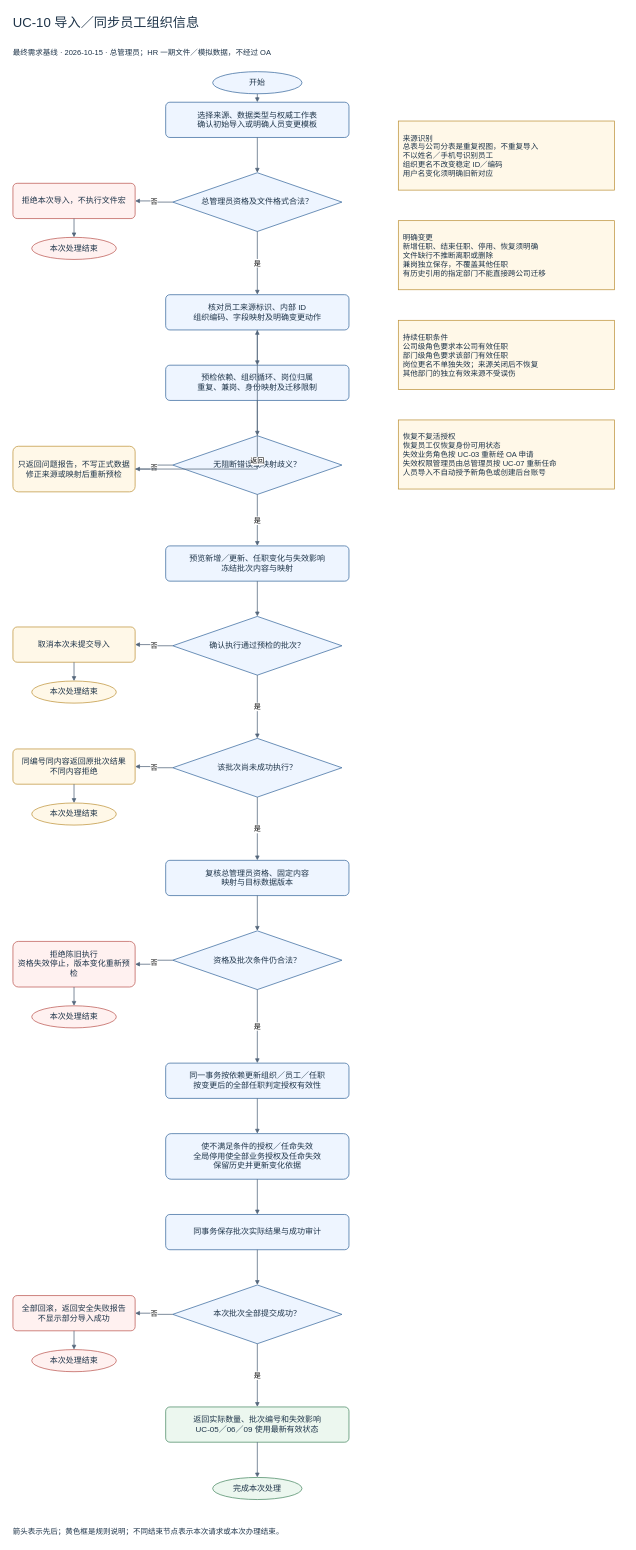
This is page "UC-10 导入／同步员工组织信息" (1 of 2) of docs/01-requirements/flows-v1/UC-10_导入／同步员工组织信息_流程图.drawio from Noah-hope/RBAC-admin, a draw.io file, before an edit. Source tidied: cells renumbered, new cells numbered last; positions are measured from the earlier drawing's top-left corner, leaving out a move shared by most shapes. Both pictures are drawn from the tidied source at 47%, with x=0, y=0 at pixel (8, 8).
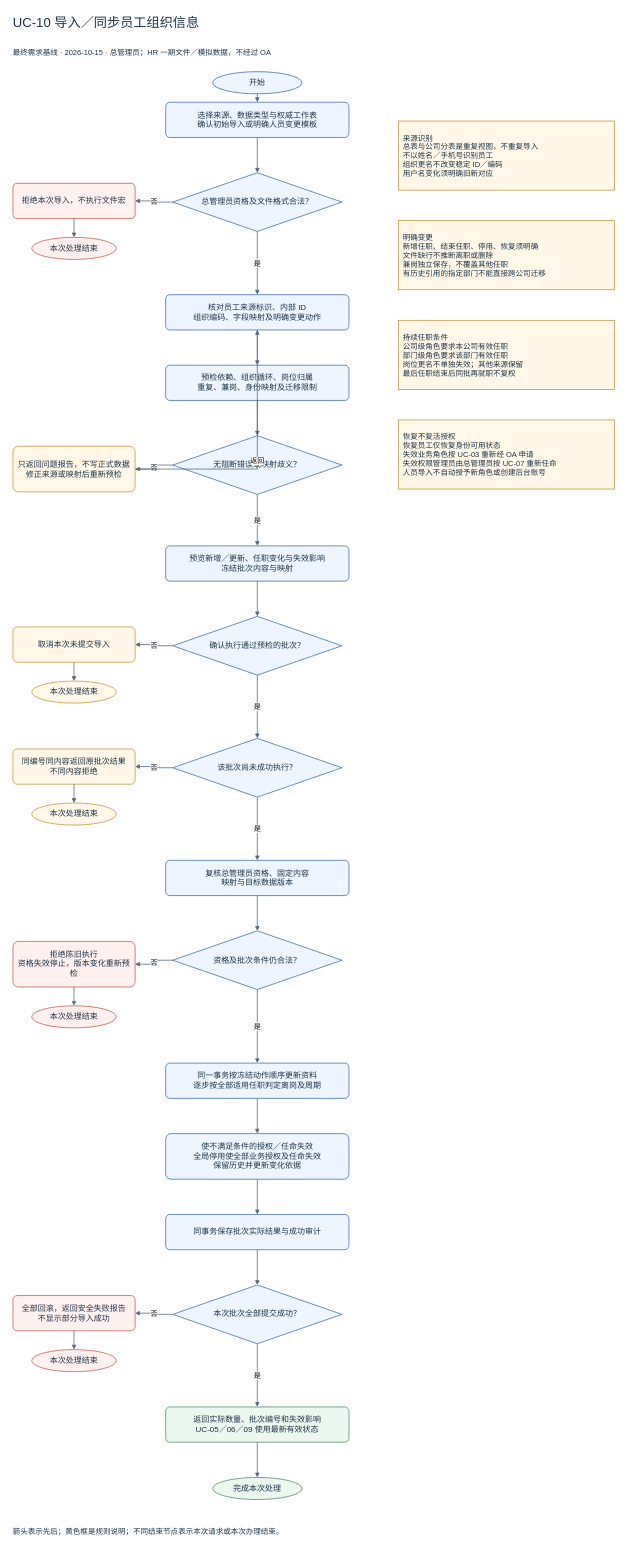
After the change.

What changed in the source:
```diff
@@
-    <mxCell id="24" value="同一事务按依赖更新组织／员工／任职&lt;br&gt;按变更后的全部任职判定授权有效性" style="rounded=1;arcSize=12;html=1;whiteSpace=wrap;fontFamily=Microsoft YaHei;fontSize=17;fontColor=#1e3449;align=center;verticalAlign=middle;spacing=10;fillColor=#eef5ff;strokeColor=#32649a;strokeWidth=1.5;" parent="1" vertex="1">
+    <mxCell id="24" value="同一事务按冻结动作顺序更新资料&lt;br&gt;逐步按全部适用任职判定离岗及周期" style="rounded=1;arcSize=12;html=1;whiteSpace=wrap;fontFamily=Microsoft YaHei;fontSize=17;fontColor=#1e3449;align=center;verticalAlign=middle;spacing=10;fillColor=#eef5ff;strokeColor=#32649a;strokeWidth=1.5;" parent="1" vertex="1">
       <mxGeometry x="335" y="2244.5" width="390" height="75" as="geometry" />
     </mxCell>
@@
-    <mxCell id="34" value="持续任职条件&lt;br&gt;公司级角色要求本公司有效任职&lt;br&gt;部门级角色要求该部门有效任职&lt;br&gt;岗位更名不单独失效；来源关闭后不恢复&lt;br&gt;其他部门的独立有效来源不受误伤" style="rounded=0;html=1;whiteSpace=wrap;fontFamily=Microsoft YaHei;fontSize=17;fontColor=#1e3449;align=center;verticalAlign=middle;spacing=10;fillColor=#fff8e8;strokeColor=#bc9036;strokeWidth=1.5;align=left;fontSize=16;" parent="1" vertex="1">
+    <mxCell id="34" value="持续任职条件&lt;br&gt;公司级角色要求本公司有效任职&lt;br&gt;部门级角色要求该部门有效任职&lt;br&gt;岗位更名不单独失效；其他来源保留&lt;br&gt;最后任职结束后同批再就职不复权" style="rounded=0;html=1;whiteSpace=wrap;fontFamily=Microsoft YaHei;fontSize=17;fontColor=#1e3449;align=center;verticalAlign=middle;spacing=10;fillColor=#fff8e8;strokeColor=#bc9036;strokeWidth=1.5;align=left;fontSize=16;" parent="1" vertex="1">
       <mxGeometry x="830" y="664" width="460" height="147" as="geometry" />
     </mxCell>
```
